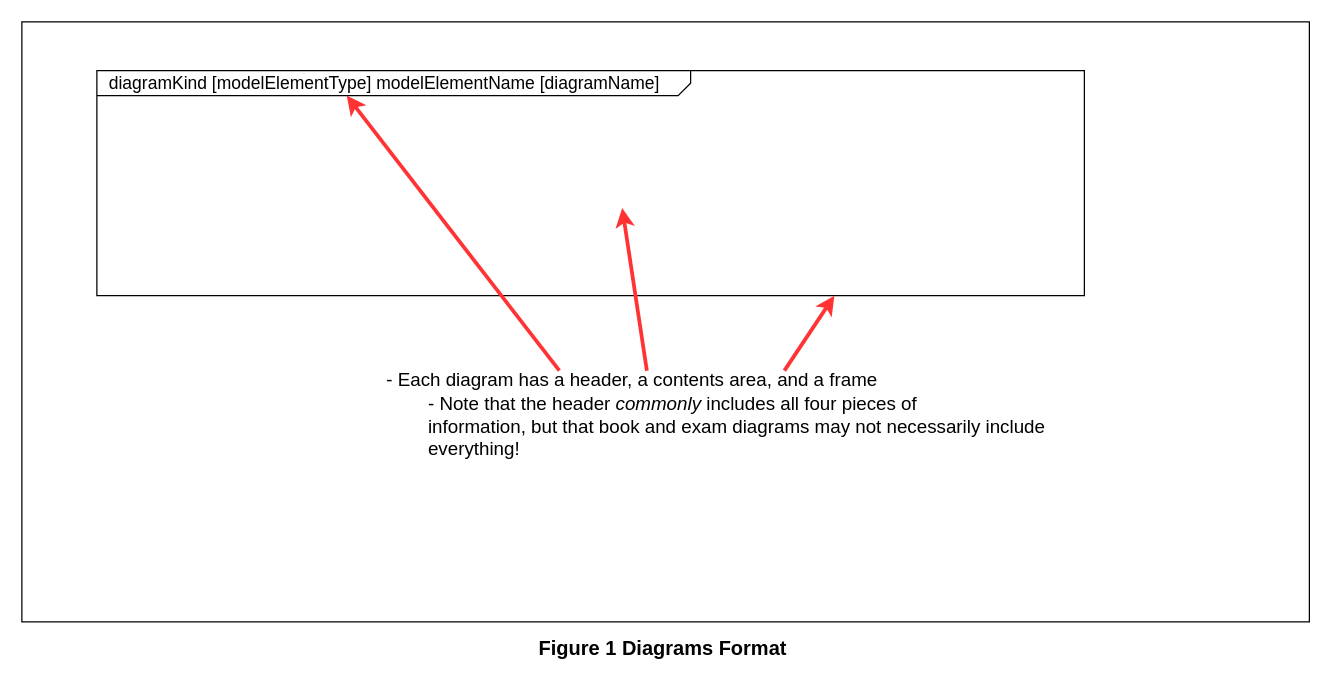
The draw.io diagram SysML Lessons/SVGs/1_Diagrams.drawio in JeffreyWerth/AWS-Architecture-Model-Repository, before the edit. Source tidied: cells renumbered, new cells numbered last; positions are measured from the earlier drawing's top-left corner, leaving out a move shared by most shapes. Both pictures are drawn from the tidied source at 125%, with x=0, y=0 at pixel (21, 21).
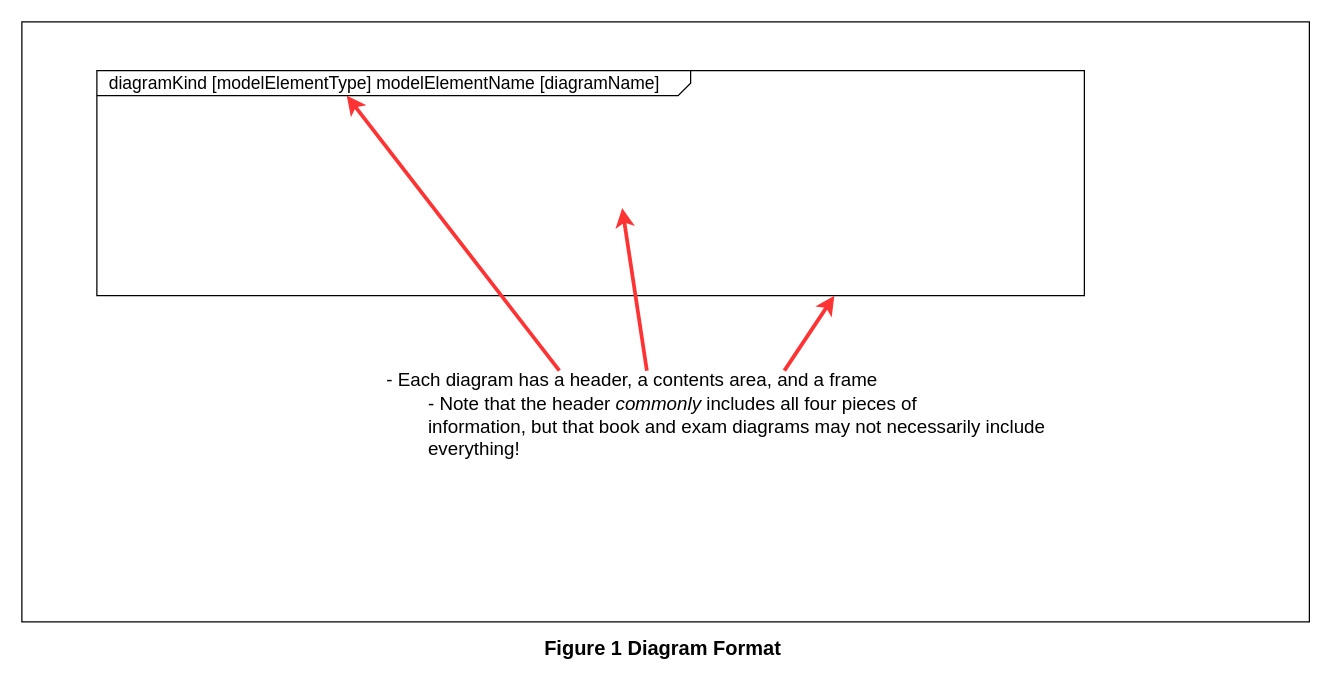
The same page after the edit.

Diff of the diagram source:
```diff
@@
 <mxGraphModel>
   <root>
     <mxCell id="0" />
     <mxCell id="1" parent="0" />
     <mxCell id="2" style="rounded=0;whiteSpace=wrap;html=1;" parent="1" vertex="1">
       <mxGeometry width="1030" height="480" as="geometry" />
     </mxCell>
-    <mxCell id="3" value="&lt;font style=&quot;font-size: 16px;&quot;&gt;Figure 1 Diagrams Format&lt;/font&gt;" style="text;html=1;strokeColor=none;fillColor=none;align=center;verticalAlign=middle;whiteSpace=wrap;rounded=0;fontStyle=1;fontSize=16;" parent="1" vertex="1">
+    <mxCell id="3" value="&lt;font style=&quot;font-size: 16px;&quot;&gt;Figure 1 Diagram Format&lt;/font&gt;" style="text;html=1;strokeColor=none;fillColor=none;align=center;verticalAlign=middle;whiteSpace=wrap;rounded=0;fontStyle=1;fontSize=16;" parent="1" vertex="1">
       <mxGeometry x="392.5" y="486" width="240" height="30" as="geometry" />
     </mxCell>
     <mxCell id="4" value="&lt;p style=&quot;text-align: left; margin: 4px 0px 0px 10px; line-height: 90%; font-size: 14px;&quot;&gt;&lt;span style=&quot;border-color: var(--border-color);&quot;&gt;diagramKind&lt;/span&gt;&lt;span style=&quot;border-color: var(--border-color);&quot;&gt;&amp;nbsp;[&lt;/span&gt;&lt;span style=&quot;border-color: var(--border-color);&quot;&gt;modelElementType&lt;/span&gt;&lt;span style=&quot;border-color: var(--border-color);&quot;&gt;]&amp;nbsp;&lt;/span&gt;&lt;span style=&quot;border-color: var(--border-color);&quot;&gt;modelElementName&lt;/span&gt;&lt;span style=&quot;border-color: var(--border-color);&quot;&gt;&amp;nbsp;[&lt;/span&gt;&lt;span style=&quot;border-color: var(--border-color);&quot;&gt;diagramName&lt;/span&gt;&lt;span style=&quot;border-color: var(--border-color);&quot;&gt;]&lt;/span&gt;&lt;br&gt;&lt;/p&gt;" style="html=1;shape=mxgraph.sysml.package;html=1;overflow=fill;whiteSpace=wrap;fontSize=16;labelX=475.33;" parent="1" vertex="1">
       <mxGeometry x="60" y="39" width="790" height="180" as="geometry" />
     </mxCell>
     <mxCell id="5" value="&lt;div style=&quot;font-size: 15px;&quot; class=&quot;O0&quot;&gt;&lt;font style=&quot;font-size: 15px;&quot;&gt;-&amp;nbsp;&lt;span style=&quot;font-family: &amp;quot;Avenir Next LT Pro&amp;quot;;&quot;&gt;Each diagram has a header, a contents area, and a frame&lt;/span&gt;&lt;/font&gt;&lt;/div&gt;&lt;font style=&quot;font-size: 15px;&quot;&gt;&lt;span style=&quot;background-color: initial; font-family: &amp;quot;Avenir Next LT Pro&amp;quot;;&quot;&gt;&lt;span style=&quot;white-space: pre;&quot;&gt;&#9;&lt;/span&gt;- Note that the header &lt;/span&gt;&lt;span style=&quot;background-color: initial; font-family: &amp;quot;Avenir Next LT Pro&amp;quot;; font-style: italic;&quot;&gt;commonly&lt;/span&gt;&lt;span style=&quot;background-color: initial; font-family: &amp;quot;Avenir Next LT Pro&amp;quot;;&quot;&gt; includes all four pieces of&lt;/span&gt;&lt;br&gt;&lt;/font&gt;&lt;div style=&quot;font-size: 15px;&quot; class=&quot;O1&quot;&gt;&lt;span style=&quot;font-family: &amp;quot;Avenir Next LT Pro&amp;quot;;&quot;&gt;&lt;font style=&quot;font-size: 15px;&quot;&gt;&lt;span style=&quot;white-space: pre;&quot;&gt;&#9;&lt;/span&gt;information, but that book and exam diagrams may not necessarily include&lt;br&gt;&lt;span style=&quot;white-space: pre;&quot;&gt;&#9;&lt;/span&gt;everything!&lt;/font&gt;&lt;/span&gt;&lt;/div&gt;" style="text;html=1;strokeColor=none;fillColor=none;align=left;verticalAlign=middle;whiteSpace=wrap;rounded=0;fontSize=16;" parent="1" vertex="1">
       <mxGeometry x="290" y="249" width="560" height="130" as="geometry" />
     </mxCell>
     <mxCell id="6" style="endArrow=classic;html=1;rounded=0;fontSize=15;entryX=0.253;entryY=0.111;entryDx=0;entryDy=0;entryPerimeter=0;exitX=0.25;exitY=0.231;exitDx=0;exitDy=0;exitPerimeter=0;strokeColor=#FF3333;strokeWidth=3;" parent="1" edge="1" source="5" target="4">
       <mxGeometry relative="1" as="geometry" />
     </mxCell>
     <mxCell id="7" style="endArrow=classic;html=1;rounded=0;fontSize=15;entryX=0.532;entryY=0.611;entryDx=0;entryDy=0;entryPerimeter=0;strokeWidth=3;strokeColor=#FF3333;exitX=0.375;exitY=0.231;exitDx=0;exitDy=0;exitPerimeter=0;" parent="1" edge="1" source="5" target="4">
       <mxGeometry relative="1" as="geometry" />
     </mxCell>
     <mxCell id="8" style="endArrow=classic;html=1;rounded=0;fontSize=15;entryX=0.253;entryY=0.111;entryDx=0;entryDy=0;entryPerimeter=0;strokeColor=#FF3333;strokeWidth=3;" parent="1" edge="1">
       <mxGeometry relative="1" as="geometry">
         <mxPoint x="610" y="279" as="sourcePoint" />
         <mxPoint x="650" y="219" as="targetPoint" />
       </mxGeometry>
     </mxCell>
   </root>
 </mxGraphModel>
```
